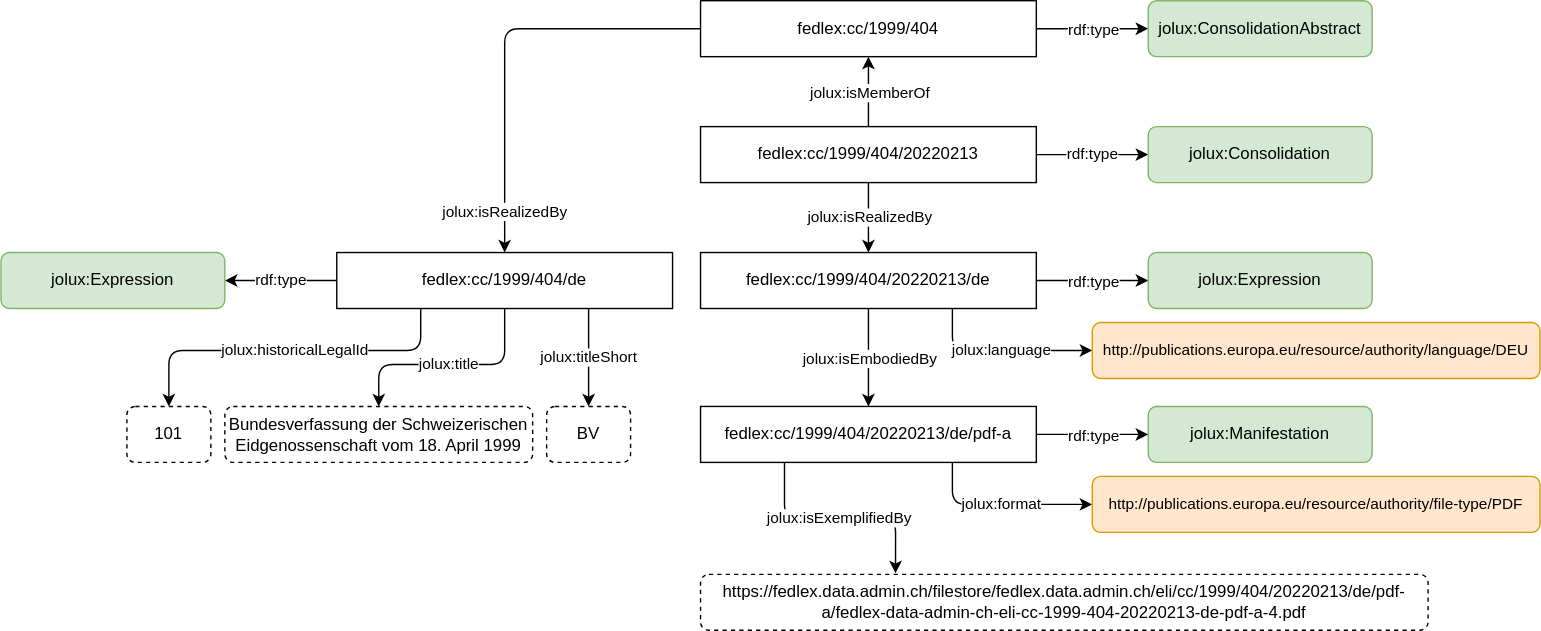
Above: content/img/manifestation.svg in bequrios/fedlex (draw.io), before the change. Source tidied: cells renumbered, new cells last; positions are measured from the earlier drawing's top-left corner, leaving out a move shared by most shapes.
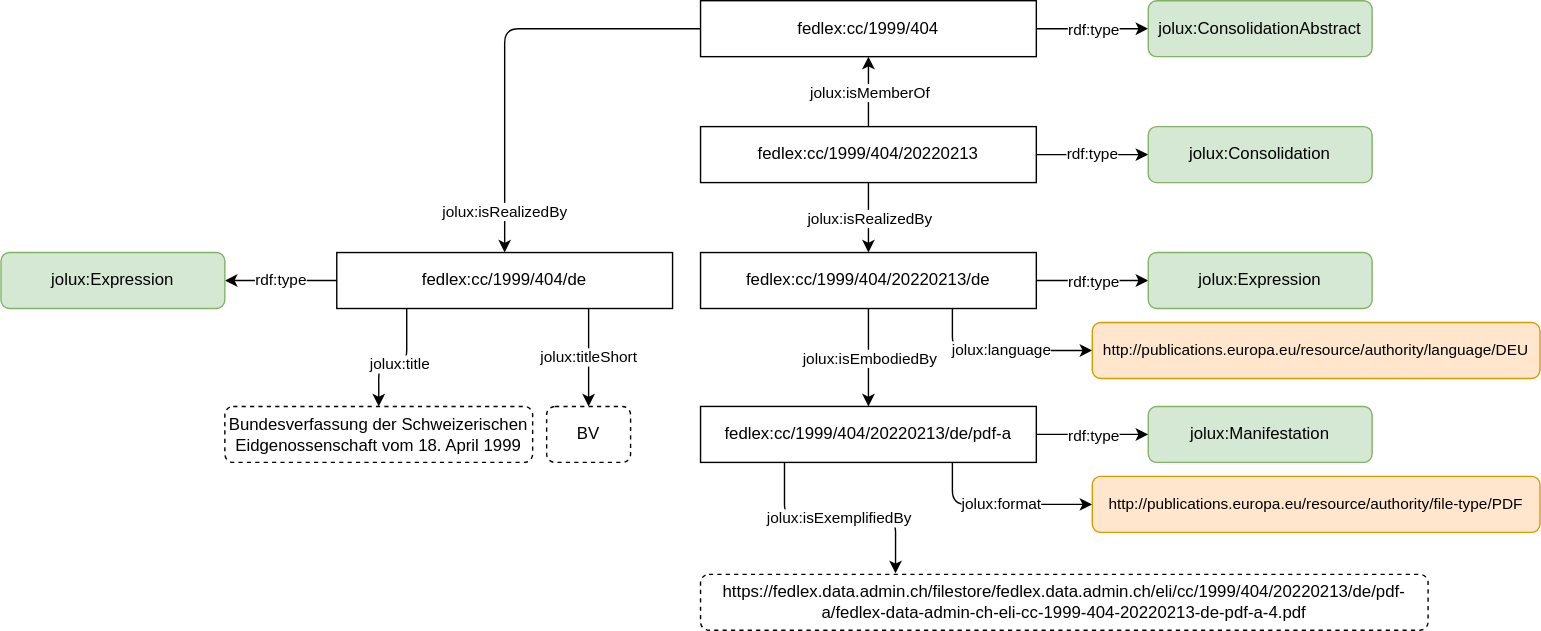
The same file after the commit.

The edit, as a diff of the source:
```diff
@@ -100,10 +100,12 @@
     <mxCell id="33" value="jolux:Expression" style="rounded=1;whiteSpace=wrap;html=1;fillColor=#d5e8d4;strokeColor=#82b366;" parent="1" vertex="1">
       <mxGeometry y="180" width="160" height="40" as="geometry" />
     </mxCell>
-    <mxCell id="34" value="jolux:title" style="edgeStyle=orthogonalEdgeStyle;html=1;entryX=0.5;entryY=0;entryDx=0;entryDy=0;exitX=0.5;exitY=1;exitDx=0;exitDy=0;" parent="1" edge="1" source="32" target="37">
+    <mxCell id="34" value="jolux:title" style="edgeStyle=orthogonalEdgeStyle;html=1;entryX=0.5;entryY=0;entryDx=0;entryDy=0;" parent="1" edge="1" target="37">
       <mxGeometry relative="1" as="geometry">
+        <mxPoint x="290" y="220" as="sourcePoint" />
         <Array as="points">
-          <mxPoint x="360" y="260" />
+          <mxPoint x="290" y="220" />
+          <mxPoint x="290" y="260" />
           <mxPoint x="270" y="260" />
         </Array>
       </mxGeometry>
@@ -111,22 +113,11 @@
     <mxCell id="35" value="jolux:titleShort" style="edgeStyle=orthogonalEdgeStyle;html=1;entryX=0.5;entryY=0;entryDx=0;entryDy=0;exitX=0.75;exitY=1;exitDx=0;exitDy=0;" parent="1" edge="1" source="32" target="38">
       <mxGeometry relative="1" as="geometry" />
     </mxCell>
-    <mxCell id="36" value="jolux:historicalLegalId" style="edgeStyle=orthogonalEdgeStyle;html=1;entryX=0.5;entryY=0;entryDx=0;entryDy=0;exitX=0.25;exitY=1;exitDx=0;exitDy=0;" parent="1" edge="1" source="32" target="39">
-      <mxGeometry x="-0.04" relative="1" as="geometry">
-        <Array as="points">
-          <mxPoint x="300" y="250" />
-          <mxPoint x="120" y="250" />
-        </Array>
-      </mxGeometry>
-    </mxCell>
     <mxCell id="37" value="Bundesverfassung der Schweizerischen Eidgenossenschaft vom 18. April 1999" style="rounded=1;whiteSpace=wrap;html=1;dashed=1;" parent="1" vertex="1">
       <mxGeometry x="160" y="290" width="220" height="40" as="geometry" />
     </mxCell>
     <mxCell id="38" value="BV" style="rounded=1;whiteSpace=wrap;html=1;dashed=1;" parent="1" vertex="1">
       <mxGeometry x="390" y="290" width="60" height="40" as="geometry" />
     </mxCell>
-    <mxCell id="39" value="101" style="rounded=1;whiteSpace=wrap;html=1;dashed=1;" parent="1" vertex="1">
-      <mxGeometry x="90" y="290" width="60" height="40" as="geometry" />
-    </mxCell>
   </root>
 </mxGraphModel>
```
